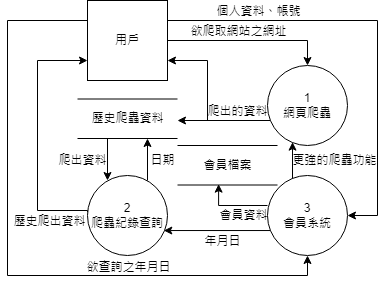
Earlier version of the draw.io export 手冊圖片/DFD/Diagram 0.png (chunghaonien/topic_108). Source tidied: cells renumbered, new cells last; positions are measured from the earlier drawing's top-left corner, leaving out a move shared by most shapes.
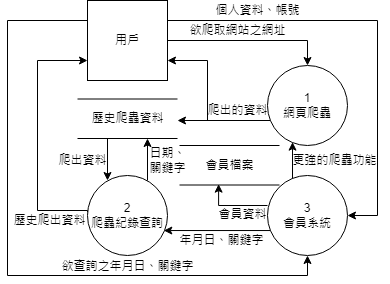
Above is the later version.

The edit, as a diff of the source:
```diff
@@ -32,7 +32,7 @@
         </Array>
       </mxGeometry>
     </mxCell>
-    <mxCell id="7" value="欲查詢之年月日" style="edgeLabel;html=1;align=center;verticalAlign=middle;" parent="6" vertex="1">
+    <mxCell id="7" value="欲查詢之年月日、關鍵字" style="edgeLabel;html=1;align=center;verticalAlign=middle;" parent="6" vertex="1">
       <mxGeometry x="0.56" y="-1" relative="1" as="geometry">
         <mxPoint x="-57" y="-10" as="offset" />
       </mxGeometry>
@@ -103,8 +103,8 @@
     <mxCell id="20" value="2&lt;br&gt;爬蟲紀錄查詢" style="ellipse;whiteSpace=wrap;html=1;" parent="1" vertex="1">
       <mxGeometry x="80" y="175" width="80" height="80" as="geometry" />
     </mxCell>
-    <mxCell id="21" value="日期" style="text;html=1;align=center;verticalAlign=middle;strokeColor=none;fillColor=none;" parent="1" vertex="1">
-      <mxGeometry x="130" y="145" width="50" height="30" as="geometry" />
+    <mxCell id="21" value="日期、&lt;br&gt;關鍵字" style="text;html=1;align=center;verticalAlign=middle;strokeColor=none;fillColor=none;" parent="1" vertex="1">
+      <mxGeometry x="130" y="140" width="60" height="40" as="geometry" />
     </mxCell>
     <mxCell id="22" value="爬出資料" style="text;html=1;align=center;verticalAlign=middle;strokeColor=none;fillColor=none;" parent="1" vertex="1">
       <mxGeometry x="40" y="145" width="70" height="30" as="geometry" />
@@ -129,7 +129,7 @@
       </mxGeometry>
     </mxCell>
     <mxCell id="26" style="group;" parent="1" vertex="1">
-      <mxGeometry x="170" y="145" width="100" height="39.5" as="geometry" />
+      <mxGeometry x="172" y="145" width="100" height="39.5" as="geometry" />
     </mxCell>
     <mxCell id="27" style="group;" parent="26" vertex="1">
       <mxGeometry width="100" height="39.5" as="geometry" />
@@ -163,7 +163,7 @@
         <mxPoint x="263" y="230" as="sourcePoint" />
       </mxGeometry>
     </mxCell>
-    <mxCell id="34" value="年月日" style="edgeLabel;html=1;align=center;verticalAlign=middle;" parent="33" vertex="1">
+    <mxCell id="34" value="年月日、關鍵字" style="edgeLabel;html=1;align=center;verticalAlign=middle;" parent="33" vertex="1">
       <mxGeometry x="-0.38" relative="1" as="geometry">
         <mxPoint x="-16" y="10" as="offset" />
       </mxGeometry>
```
